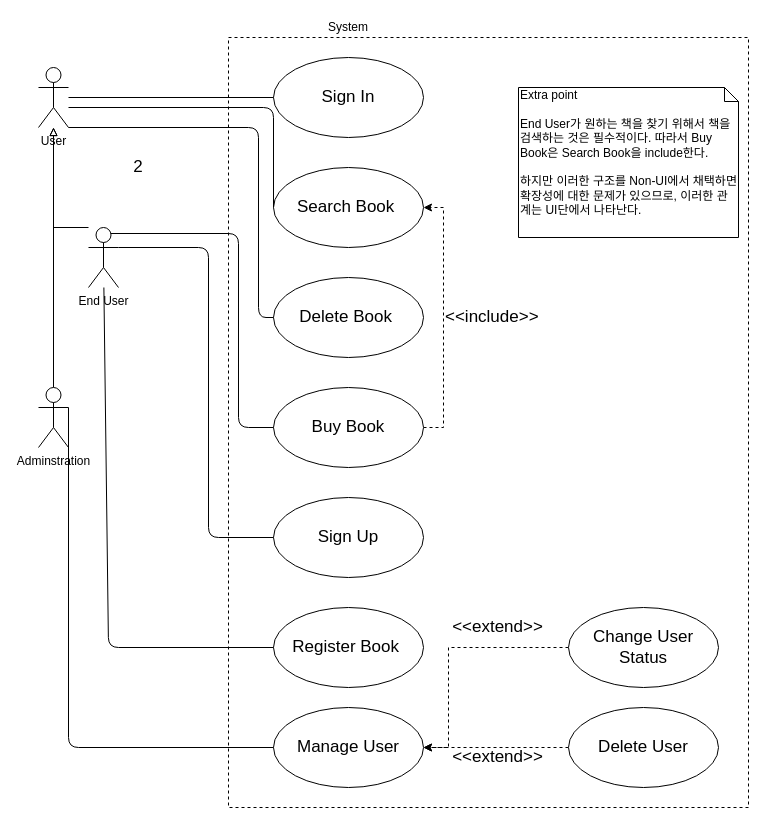
Before: diagram/use_case.drawio in wonbeomjang/CAU11708-book-selling-system, a draw.io diagram. Source tidied: cells renumbered, new cells numbered last; positions are measured from the earlier drawing's top-left corner, leaving out a move shared by most shapes. Both pictures are drawn from the tidied source at 100%, with x=0, y=0 at pixel (38, 17).
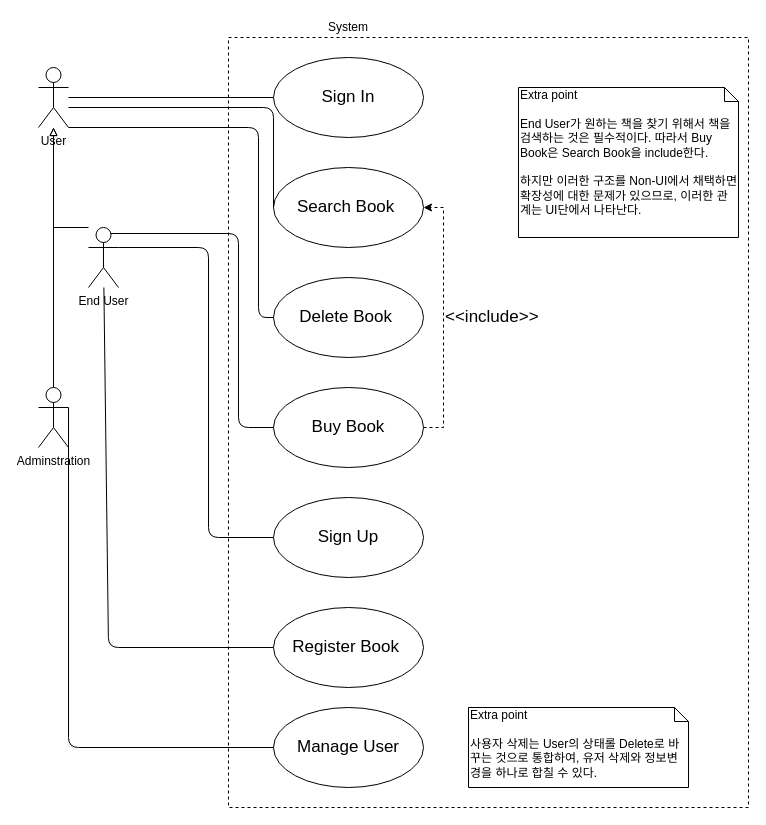
After the change.

Unchanged cells that the change refers to:
```xml
<mxCell id="15" value="Manage User" style="ellipse;whiteSpace=wrap;html=1;labelBackgroundColor=none;fontSize=17;labelBorderColor=none;" parent="1" vertex="1">
  <mxGeometry x="235" y="690" width="150" height="80" as="geometry" />
</mxCell>
```

Change to the diagram source:
```diff
@@
-    <mxCell id="22" value="2" style="text;html=1;strokeColor=none;fillColor=none;align=center;verticalAlign=middle;whiteSpace=wrap;rounded=0;labelBackgroundColor=none;fontSize=17;" parent="1" vertex="1">
-      <mxGeometry x="80" y="140" width="40" height="20" as="geometry" />
-    </mxCell>
@@
-    <mxCell id="25" value="&amp;lt;&amp;lt;extend&amp;gt;&amp;gt;" style="edgeStyle=orthogonalEdgeStyle;rounded=0;jettySize=auto;html=1;exitX=0;exitY=0.5;exitDx=0;exitDy=0;entryX=1;entryY=0.5;entryDx=0;entryDy=0;labelBackgroundColor=none;fontSize=17;dashed=1;" parent="1" edge="1" source="26" target="15">
-      <mxGeometry x="-0.43" y="-20" relative="1" as="geometry">
-        <Array as="points">
-          <mxPoint x="410" y="630" />
-          <mxPoint x="410" y="730" />
-        </Array>
-        <mxPoint x="-1" as="offset" />
-      </mxGeometry>
-    </mxCell>
-    <mxCell id="26" value="Change User Status" style="ellipse;whiteSpace=wrap;html=1;labelBackgroundColor=none;fontSize=17;labelBorderColor=none;" parent="1" vertex="1">
-      <mxGeometry x="530" y="590" width="150" height="80" as="geometry" />
-    </mxCell>
-    <mxCell id="27" value="&amp;lt;&amp;lt;extend&amp;gt;&amp;gt;" style="edgeStyle=orthogonalEdgeStyle;rounded=0;jettySize=auto;html=1;exitX=0;exitY=0.5;exitDx=0;exitDy=0;labelBackgroundColor=none;fontSize=17;dashed=1;" parent="1" edge="1" source="28" target="15">
-      <mxGeometry x="-0.03" y="10" relative="1" as="geometry">
-        <mxPoint x="-1" as="offset" />
-      </mxGeometry>
-    </mxCell>
-    <mxCell id="28" value="Delete User" style="ellipse;whiteSpace=wrap;html=1;labelBackgroundColor=none;fontSize=17;labelBorderColor=none;" parent="1" vertex="1">
-      <mxGeometry x="530" y="690" width="150" height="80" as="geometry" />
-    </mxCell>
@@
+    <mxCell id="30" value="Extra point&lt;br&gt;&lt;br&gt;사용자 삭제는 User의 상태롤 Delete로 바꾸는 것으로 통합하여, 유저 삭제와 정보변경을 하나로 합칠 수 있다." style="shape=note;whiteSpace=wrap;html=1;size=14;verticalAlign=top;align=left;spacingTop=-6;" parent="1" vertex="1">
+      <mxGeometry x="430" y="690" width="220" height="80" as="geometry" />
+    </mxCell>
```
